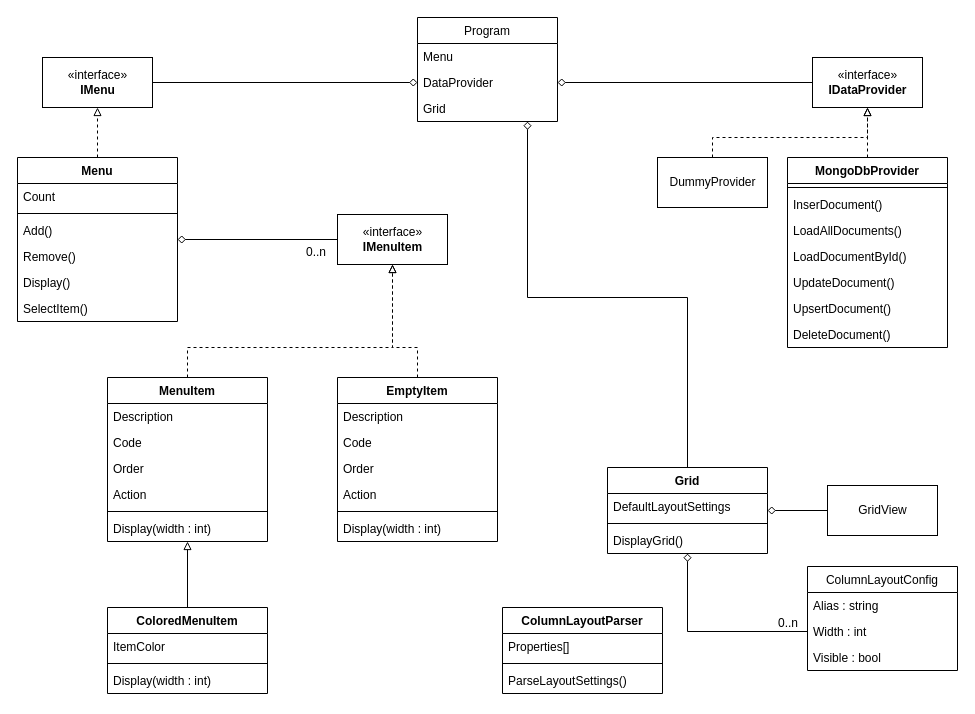
This is ClassDiagram_Overview.drawio from atillakati/guest-list-manager, a draw.io file, before an edit. Source tidied: cells renumbered, new cells numbered last; positions are measured from the earlier drawing's top-left corner, leaving out a move shared by most shapes. Both pictures are drawn from the tidied source at 100%, with x=0, y=0 at pixel (17, 17).
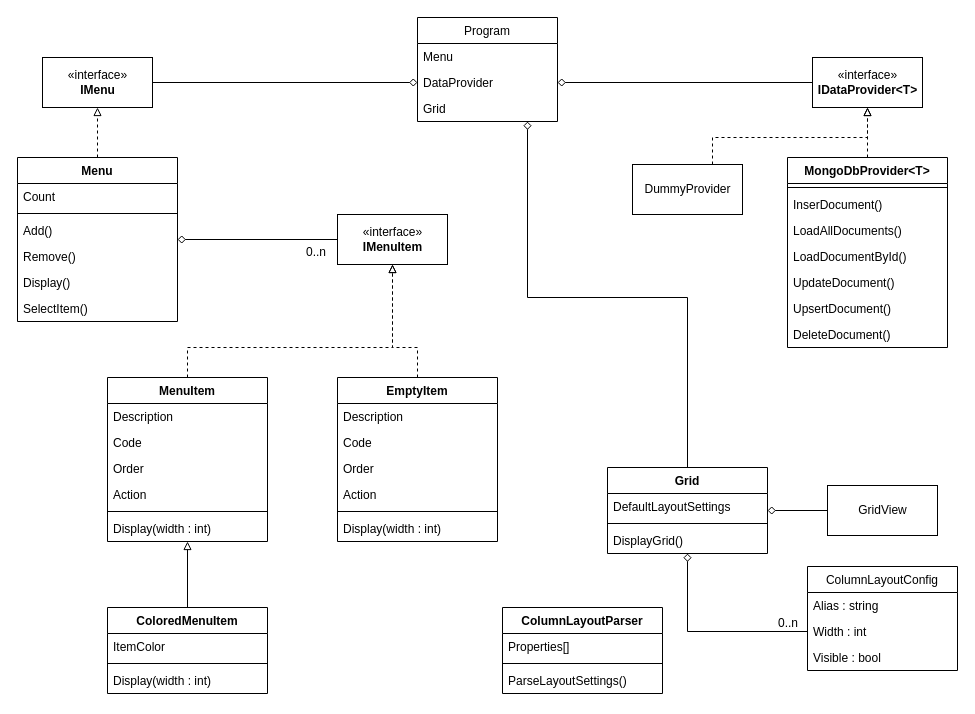
After the change.

The edit, as a diff of the source:
```diff
@@
-    <mxCell id="3" value="MongoDbProvider" style="swimlane;fontStyle=1;align=center;verticalAlign=top;horizontal=1;startSize=26;" parent="1" vertex="1">
+    <mxCell id="3" value="MongoDbProvider&lt;T&gt;" style="swimlane;fontStyle=1;align=center;verticalAlign=top;horizontal=1;startSize=26;" parent="1" vertex="1">
       <mxGeometry x="770" y="140" width="160" height="190" as="geometry" />
     </mxCell>
@@
-    <mxCell id="11" value="«interface»&lt;br&gt;&lt;b&gt;IDataProvider&lt;/b&gt;" style="html=1;" parent="1" vertex="1">
+    <mxCell id="11" value="«interface»&lt;br&gt;&lt;b&gt;IDataProvider&amp;lt;T&amp;gt;&lt;/b&gt;" style="html=1;" parent="1" vertex="1">
       <mxGeometry x="795" y="40" width="110" height="50" as="geometry" />
     </mxCell>
@@
     <mxCell id="69" value="DummyProvider" style="html=1;" parent="1" vertex="1">
-      <mxGeometry x="640" y="140" width="110" height="50" as="geometry" />
+      <mxGeometry x="615" y="147" width="110" height="50" as="geometry" />
     </mxCell>
```
